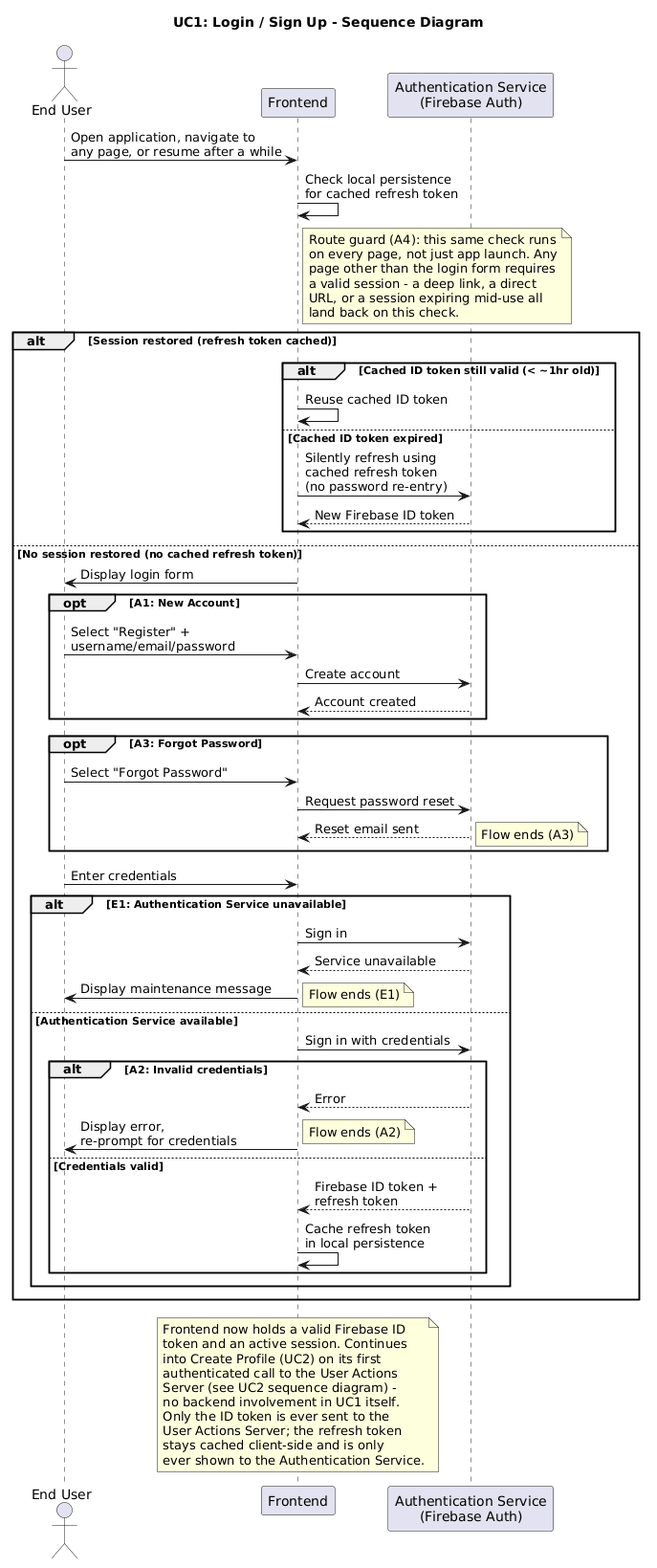
ManosMorf97/Weather-Forecasts-AI-Remastered keeps this PlantUML diagram as requirements/sequence_diagrams/UC1_Login_SignUp.png. Above is the earlier version.
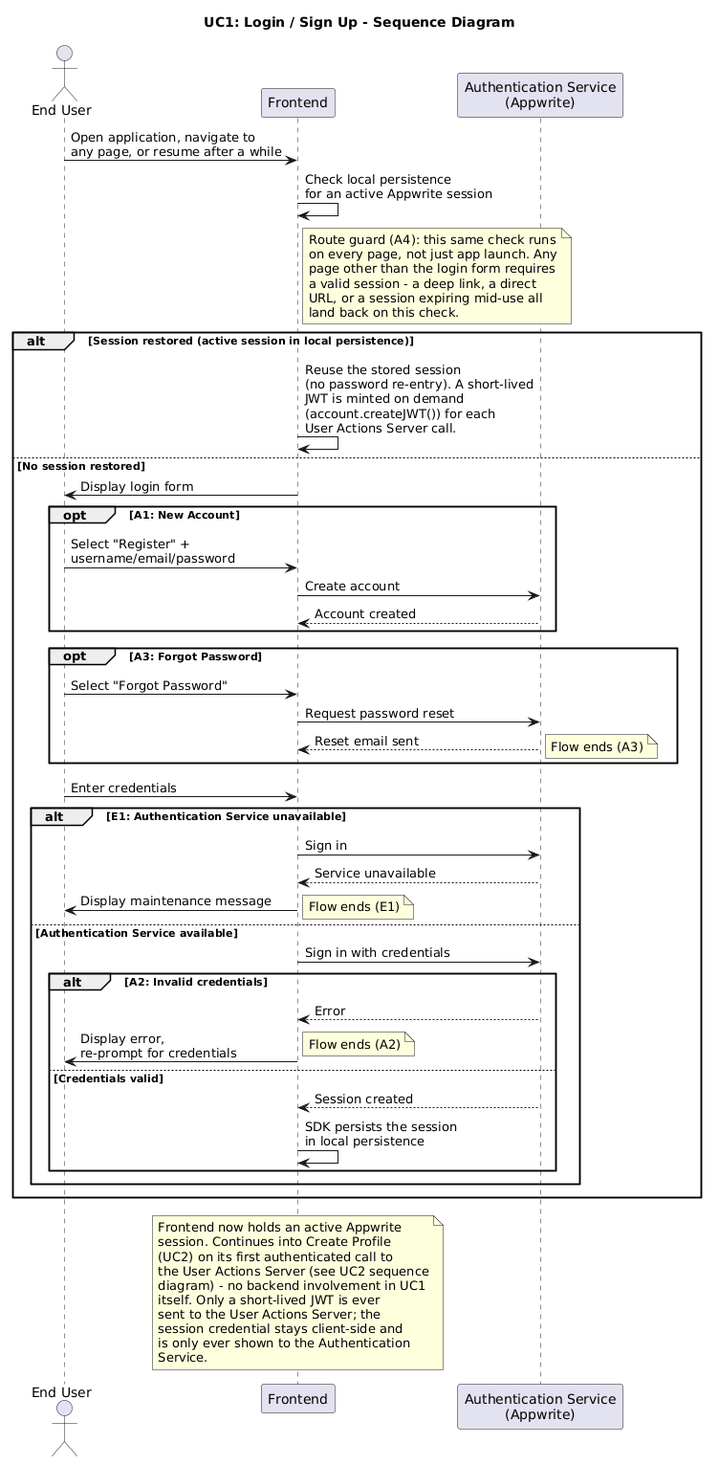
Above is the later version.

Change to the diagram source:
```diff
@@ -3,10 +3,10 @@
 
 actor "End User" as User
 participant "Frontend" as Frontend
-participant "Authentication Service\n(Firebase Auth)" as Auth
+participant "Authentication Service\n(Appwrite)" as Auth
 
 User -> Frontend: Open application, navigate to\nany page, or resume after a while
-Frontend -> Frontend: Check local persistence\nfor cached refresh token
+Frontend -> Frontend: Check local persistence\nfor an active Appwrite session
 
 note right of Frontend
   Route guard (A4): this same check runs
@@ -17,14 +17,9 @@
   land back on this check.
 end note
 
-alt Session restored (refresh token cached)
-  alt Cached ID token still valid (< ~1hr old)
-    Frontend -> Frontend: Reuse cached ID token
-  else Cached ID token expired
-    Frontend -> Auth: Silently refresh using\ncached refresh token\n(no password re-entry)
-    Auth --> Frontend: New Firebase ID token
-  end
-else No session restored (no cached refresh token)
+alt Session restored (active session in local persistence)
+  Frontend -> Frontend: Reuse the stored session\n(no password re-entry). A short-lived\nJWT is minted on demand\n(account.createJWT()) for each\nUser Actions Server call.
+else No session restored
   Frontend -> User: Display login form
 
   opt A1: New Account
@@ -55,22 +50,22 @@
       Frontend -> User: Display error,\nre-prompt for credentials
       note right: Flow ends (A2)
     else Credentials valid
-      Auth --> Frontend: Firebase ID token +\nrefresh token
-      Frontend -> Frontend: Cache refresh token\nin local persistence
+      Auth --> Frontend: Session created
+      Frontend -> Frontend: SDK persists the session\nin local persistence
     end
   end
 end
 
 note over Frontend
-  Frontend now holds a valid Firebase ID
-  token and an active session. Continues
-  into Create Profile (UC2) on its first
-  authenticated call to the User Actions
-  Server (see UC2 sequence diagram) -
-  no backend involvement in UC1 itself.
-  Only the ID token is ever sent to the
-  User Actions Server; the refresh token
-  stays cached client-side and is only
-  ever shown to the Authentication Service.
+  Frontend now holds an active Appwrite
+  session. Continues into Create Profile
+  (UC2) on its first authenticated call to
+  the User Actions Server (see UC2 sequence
+  diagram) - no backend involvement in UC1
+  itself. Only a short-lived JWT is ever
+  sent to the User Actions Server; the
+  session credential stays client-side and
+  is only ever shown to the Authentication
+  Service.
 end note
 @enduml
```
